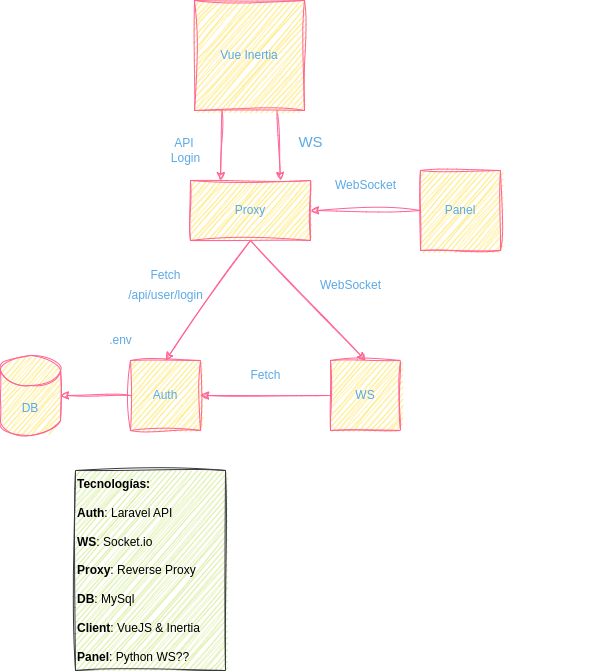
Above: Estructura.png in Mikegdro/SolarPanelApp (draw.io), before the change. Source tidied: cells renumbered, new cells last; positions are measured from the earlier drawing's top-left corner, leaving out a move shared by most shapes.
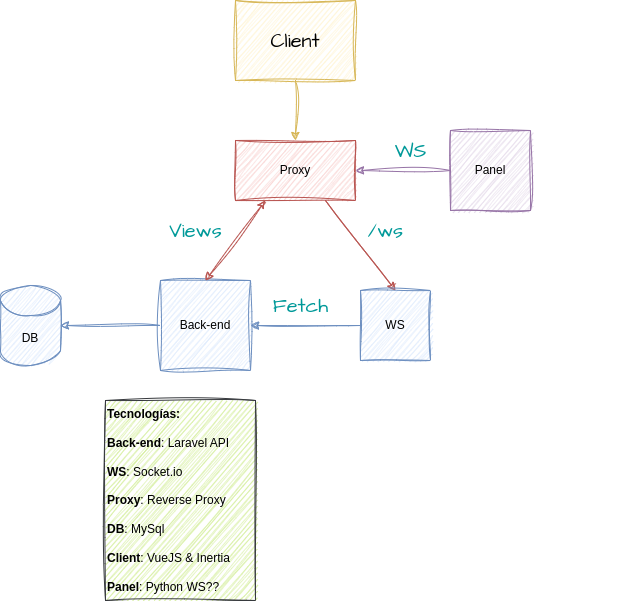
Above is the later version.

Diff of the diagram source:
```diff
@@ -2,78 +2,63 @@
   <root>
     <mxCell id="0" />
     <mxCell id="1" parent="0" />
-    <mxCell id="2" style="rounded=0;jettySize=auto;html=1;exitX=0.25;exitY=1;exitDx=0;exitDy=0;entryX=0.25;entryY=0;entryDx=0;entryDy=0;labelBackgroundColor=none;strokeColor=#FF6392;fontColor=default;sketch=1;curveFitting=1;jiggle=2;" parent="1" edge="1" source="4" target="12">
-      <mxGeometry relative="1" as="geometry" />
-    </mxCell>
-    <mxCell id="3" style="rounded=0;sketch=1;hachureGap=4;jiggle=2;curveFitting=1;jettySize=auto;html=1;exitX=0.75;exitY=1;exitDx=0;exitDy=0;entryX=0.75;entryY=0;entryDx=0;entryDy=0;fontFamily=Architects Daughter;fontSource=https%3A%2F%2Ffonts.googleapis.com%2Fcss%3Ffamily%3DArchitects%2BDaughter;fontSize=16;labelBackgroundColor=none;strokeColor=#FF6392;fontColor=default;" parent="1" edge="1" source="4" target="12">
-      <mxGeometry relative="1" as="geometry" />
-    </mxCell>
-    <mxCell id="4" value="Vue Inertia" style="whiteSpace=wrap;html=1;labelBackgroundColor=none;fillColor=#FFE45E;strokeColor=#FF6392;fontColor=#5AA9E6;sketch=1;curveFitting=1;jiggle=2;" parent="1" vertex="1">
-      <mxGeometry x="194" width="110" height="110" as="geometry" />
-    </mxCell>
-    <mxCell id="5" value="DB" style="shape=cylinder3;whiteSpace=wrap;html=1;boundedLbl=1;backgroundOutline=1;size=15;labelBackgroundColor=none;fillColor=#FFE45E;strokeColor=#FF6392;fontColor=#5AA9E6;sketch=1;curveFitting=1;jiggle=2;" parent="1" vertex="1">
-      <mxGeometry y="355" width="60" height="80" as="geometry" />
+    <mxCell id="5" value="DB" style="shape=cylinder3;whiteSpace=wrap;html=1;boundedLbl=1;backgroundOutline=1;size=15;labelBackgroundColor=none;fillColor=#dae8fc;strokeColor=#6c8ebf;sketch=1;curveFitting=1;jiggle=2;" parent="1" vertex="1">
+      <mxGeometry x="-30" y="355" width="60" height="80" as="geometry" />
     </mxCell>
-    <mxCell id="6" style="edgeStyle=orthogonalEdgeStyle;rounded=0;jettySize=auto;html=1;exitX=0;exitY=0.5;exitDx=0;exitDy=0;entryX=1;entryY=0.5;entryDx=0;entryDy=0;labelBackgroundColor=none;strokeColor=#FF6392;fontColor=default;sketch=1;curveFitting=1;jiggle=2;" parent="1" edge="1" source="7" target="12">
+    <mxCell id="6" style="edgeStyle=orthogonalEdgeStyle;rounded=0;jettySize=auto;html=1;exitX=0;exitY=0.5;exitDx=0;exitDy=0;entryX=1;entryY=0.5;entryDx=0;entryDy=0;labelBackgroundColor=none;strokeColor=#9673a6;fontColor=default;sketch=1;curveFitting=1;jiggle=2;fillColor=#e1d5e7;" parent="1" edge="1" source="7" target="12">
       <mxGeometry relative="1" as="geometry" />
     </mxCell>
-    <mxCell id="7" value="Panel" style="whiteSpace=wrap;html=1;labelBackgroundColor=none;fillColor=#FFE45E;strokeColor=#FF6392;fontColor=#5AA9E6;sketch=1;curveFitting=1;jiggle=2;" parent="1" vertex="1">
-      <mxGeometry x="420" y="170" width="80" height="80" as="geometry" />
+    <mxCell id="7" value="Panel" style="whiteSpace=wrap;html=1;labelBackgroundColor=none;fillColor=#e1d5e7;strokeColor=#9673a6;sketch=1;curveFitting=1;jiggle=2;" parent="1" vertex="1">
+      <mxGeometry x="420" y="200" width="80" height="80" as="geometry" />
     </mxCell>
-    <mxCell id="8" style="edgeStyle=none;rounded=0;jettySize=auto;html=1;exitX=0;exitY=0.5;exitDx=0;exitDy=0;entryX=1;entryY=0.5;entryDx=0;entryDy=0;entryPerimeter=0;labelBackgroundColor=none;strokeColor=#FF6392;fontColor=default;sketch=1;curveFitting=1;jiggle=2;" parent="1" edge="1" source="9" target="5">
+    <mxCell id="8" style="edgeStyle=none;rounded=0;jettySize=auto;html=1;exitX=0;exitY=0.5;exitDx=0;exitDy=0;entryX=1;entryY=0.5;entryDx=0;entryDy=0;entryPerimeter=0;labelBackgroundColor=none;strokeColor=#6c8ebf;fontColor=default;sketch=1;curveFitting=1;jiggle=2;fillColor=#dae8fc;" parent="1" edge="1" source="9" target="5">
       <mxGeometry relative="1" as="geometry" />
     </mxCell>
-    <mxCell id="9" value="Auth" style="whiteSpace=wrap;html=1;labelBackgroundColor=none;fillColor=#FFE45E;strokeColor=#FF6392;fontColor=#5AA9E6;sketch=1;curveFitting=1;jiggle=2;" parent="1" vertex="1">
-      <mxGeometry x="130" y="360" width="70" height="70" as="geometry" />
+    <mxCell id="9" value="Back-end" style="whiteSpace=wrap;html=1;labelBackgroundColor=none;fillColor=#dae8fc;strokeColor=#6c8ebf;sketch=1;curveFitting=1;jiggle=2;" parent="1" vertex="1">
+      <mxGeometry x="130" y="350" width="90" height="90" as="geometry" />
     </mxCell>
+    <mxCell id="11" style="edgeStyle=none;rounded=0;jettySize=auto;html=1;exitX=0.75;exitY=1;exitDx=0;exitDy=0;entryX=0.5;entryY=0;entryDx=0;entryDy=0;labelBackgroundColor=none;strokeColor=#b85450;fontColor=default;sketch=1;curveFitting=1;jiggle=2;fillColor=#f8cecc;" parent="1" edge="1" source="12">
+      <mxGeometry relative="1" as="geometry">
+        <mxPoint x="365" y="360" as="targetPoint" />
+      </mxGeometry>
+    </mxCell>
-    <mxCell id="10" style="rounded=0;jettySize=auto;html=1;exitX=0.5;exitY=1;exitDx=0;exitDy=0;entryX=0.5;entryY=0;entryDx=0;entryDy=0;startArrow=none;labelBackgroundColor=none;strokeColor=#FF6392;fontColor=default;sketch=1;curveFitting=1;jiggle=2;" parent="1" edge="1" source="12" target="9">
+    <mxCell id="10" style="rounded=0;sketch=1;hachureGap=4;jiggle=2;curveFitting=1;jettySize=auto;html=1;exitX=0.25;exitY=1;exitDx=0;exitDy=0;entryX=0.5;entryY=0;entryDx=0;entryDy=0;fontFamily=Architects Daughter;fontSource=https%3A%2F%2Ffonts.googleapis.com%2Fcss%3Ffamily%3DArchitects%2BDaughter;fontSize=16;fontColor=#2BF1FF;fillColor=#f8cecc;strokeColor=#b85450;endArrow=classic;endFill=1;startArrow=classic;startFill=1;" parent="1" edge="1" source="12" target="9">
       <mxGeometry relative="1" as="geometry" />
     </mxCell>
-    <mxCell id="11" style="edgeStyle=none;rounded=0;jettySize=auto;html=1;exitX=0.5;exitY=1;exitDx=0;exitDy=0;entryX=0.5;entryY=0;entryDx=0;entryDy=0;labelBackgroundColor=none;strokeColor=#FF6392;fontColor=default;sketch=1;curveFitting=1;jiggle=2;" parent="1" edge="1" source="12">
-      <mxGeometry relative="1" as="geometry">
-        <mxPoint x="365" y="360" as="targetPoint" />
-      </mxGeometry>
-    </mxCell>
-    <mxCell id="12" value="Proxy" style="rounded=0;whiteSpace=wrap;html=1;labelBackgroundColor=none;fillColor=#FFE45E;strokeColor=#FF6392;fontColor=#5AA9E6;sketch=1;curveFitting=1;jiggle=2;" parent="1" vertex="1">
-      <mxGeometry x="190" y="180" width="120" height="60" as="geometry" />
+    <mxCell id="12" value="Proxy" style="rounded=0;whiteSpace=wrap;html=1;labelBackgroundColor=none;fillColor=#f8cecc;strokeColor=#b85450;sketch=1;curveFitting=1;jiggle=2;" parent="1" vertex="1">
+      <mxGeometry x="205" y="210" width="120" height="60" as="geometry" />
     </mxCell>
-    <mxCell id="13" style="edgeStyle=orthogonalEdgeStyle;rounded=0;jettySize=auto;html=1;exitX=0;exitY=0.5;exitDx=0;exitDy=0;entryX=1;entryY=0.5;entryDx=0;entryDy=0;labelBackgroundColor=none;strokeColor=#FF6392;fontColor=default;sketch=1;curveFitting=1;jiggle=2;" parent="1" edge="1" target="9">
+    <mxCell id="13" style="edgeStyle=orthogonalEdgeStyle;rounded=0;jettySize=auto;html=1;exitX=0;exitY=0.5;exitDx=0;exitDy=0;entryX=1;entryY=0.5;entryDx=0;entryDy=0;labelBackgroundColor=none;strokeColor=#6c8ebf;fontColor=default;sketch=1;curveFitting=1;jiggle=2;fillColor=#dae8fc;" parent="1" edge="1" target="9">
       <mxGeometry relative="1" as="geometry">
         <mxPoint x="330" y="395" as="sourcePoint" />
       </mxGeometry>
     </mxCell>
-    <mxCell id="14" value=".env" style="text;html=1;align=center;verticalAlign=middle;strokeColor=none;fillColor=none;labelBackgroundColor=none;fontColor=#5AA9E6;sketch=1;curveFitting=1;jiggle=2;" parent="1" vertex="1">
-      <mxGeometry x="95" y="325" width="50" height="30" as="geometry" />
-    </mxCell>
     <mxCell id="15" style="text;html=1;align=center;verticalAlign=middle;labelBackgroundColor=none;fontColor=#5AA9E6;sketch=1;curveFitting=1;jiggle=2;" parent="1" vertex="1">
       <mxGeometry x="553" y="538" width="50" height="30" as="geometry" />
     </mxCell>
-    <mxCell id="16" value="&lt;b&gt;Tecnologías:&lt;br&gt;&lt;br&gt;Auth&lt;/b&gt;: Laravel API&lt;br&gt;&lt;br&gt;&lt;b&gt;WS&lt;/b&gt;: Socket.io&lt;br&gt;&lt;br&gt;&lt;b&gt;Proxy&lt;/b&gt;: Reverse Proxy&lt;br&gt;&lt;br&gt;&lt;b&gt;DB&lt;/b&gt;: MySql&lt;br&gt;&lt;br&gt;&lt;b&gt;Client&lt;/b&gt;: VueJS &amp;amp; Inertia&lt;br&gt;&lt;br&gt;&lt;b&gt;Panel&lt;/b&gt;: Python WS??" style="text;html=1;align=left;verticalAlign=middle;labelBackgroundColor=none;sketch=1;curveFitting=1;jiggle=2;fillColor=#cdeb8b;strokeColor=#36393d;" parent="1" vertex="1">
+    <mxCell id="16" value="&lt;b&gt;Tecnologías:&lt;br&gt;&lt;br&gt;Back-end&lt;/b&gt;: Laravel API&lt;br&gt;&lt;br&gt;&lt;b&gt;WS&lt;/b&gt;: Socket.io&lt;br&gt;&lt;br&gt;&lt;b&gt;Proxy&lt;/b&gt;: Reverse Proxy&lt;br&gt;&lt;br&gt;&lt;b&gt;DB&lt;/b&gt;: MySql&lt;br&gt;&lt;br&gt;&lt;b&gt;Client&lt;/b&gt;: VueJS &amp;amp; Inertia&lt;br&gt;&lt;br&gt;&lt;b&gt;Panel&lt;/b&gt;: Python WS??" style="text;html=1;align=left;verticalAlign=middle;labelBackgroundColor=none;sketch=1;curveFitting=1;jiggle=2;fillColor=#cdeb8b;strokeColor=#36393d;" parent="1" vertex="1">
       <mxGeometry x="75" y="470" width="150" height="200" as="geometry" />
     </mxCell>
-    <mxCell id="17" value="WS" style="whiteSpace=wrap;html=1;labelBackgroundColor=none;fillColor=#FFE45E;strokeColor=#FF6392;fontColor=#5AA9E6;sketch=1;curveFitting=1;jiggle=2;" parent="1" vertex="1">
+    <mxCell id="17" value="WS" style="whiteSpace=wrap;html=1;labelBackgroundColor=none;fillColor=#dae8fc;strokeColor=#6c8ebf;sketch=1;curveFitting=1;jiggle=2;" parent="1" vertex="1">
       <mxGeometry x="330" y="360" width="70" height="70" as="geometry" />
     </mxCell>
-    <mxCell id="18" value="WebSocket" style="text;html=1;align=center;verticalAlign=middle;strokeColor=none;fillColor=none;labelBackgroundColor=none;fontColor=#5AA9E6;sketch=1;curveFitting=1;jiggle=2;" parent="1" vertex="1">
-      <mxGeometry x="310" y="270" width="80" height="30" as="geometry" />
-    </mxCell>
-    <mxCell id="19" value="Fetch" style="text;html=1;align=center;verticalAlign=middle;strokeColor=none;fillColor=none;labelBackgroundColor=none;fontColor=#5AA9E6;sketch=1;curveFitting=1;jiggle=2;" parent="1" vertex="1">
-      <mxGeometry x="240" y="360" width="50" height="30" as="geometry" />
-    </mxCell>
-    <mxCell id="20" value="Fetch" style="text;html=1;align=center;verticalAlign=middle;strokeColor=none;fillColor=none;labelBackgroundColor=none;fontColor=#5AA9E6;sketch=1;curveFitting=1;jiggle=2;" parent="1" vertex="1">
-      <mxGeometry x="140" y="260" width="50" height="30" as="geometry" />
-    </mxCell>
-    <mxCell id="21" value="/api/user/login" style="text;html=1;align=center;verticalAlign=middle;strokeColor=none;fillColor=none;labelBackgroundColor=none;fontColor=#5AA9E6;sketch=1;curveFitting=1;jiggle=2;" parent="1" vertex="1">
-      <mxGeometry x="115" y="280" width="100" height="30" as="geometry" />
-    </mxCell>
-    <mxCell id="22" value="WebSocket" style="text;html=1;align=center;verticalAlign=middle;strokeColor=none;fillColor=none;labelBackgroundColor=none;fontColor=#5AA9E6;sketch=1;curveFitting=1;jiggle=2;" parent="1" vertex="1">
-      <mxGeometry x="325" y="170" width="80" height="30" as="geometry" />
-    </mxCell>
-    <mxCell id="23" value="API&amp;nbsp;&lt;br&gt;Login" style="text;html=1;align=center;verticalAlign=middle;strokeColor=none;fillColor=none;labelBackgroundColor=none;fontColor=#5AA9E6;sketch=1;curveFitting=1;jiggle=2;" parent="1" vertex="1">
-      <mxGeometry x="160" y="130" width="50" height="40" as="geometry" />
-    </mxCell>
+    <mxCell id="25" style="edgeStyle=none;rounded=0;sketch=1;hachureGap=4;jiggle=2;curveFitting=1;jettySize=auto;html=1;exitX=0.5;exitY=1;exitDx=0;exitDy=0;entryX=0.5;entryY=0;entryDx=0;entryDy=0;fontFamily=Architects Daughter;fontSource=https%3A%2F%2Ffonts.googleapis.com%2Fcss%3Ffamily%3DArchitects%2BDaughter;fontSize=16;fontColor=#2BF1FF;fillColor=#fff2cc;strokeColor=#d6b656;" parent="1" edge="1" source="26" target="12">
+      <mxGeometry relative="1" as="geometry" />
+    </mxCell>
+    <mxCell id="26" value="Client" style="rounded=0;whiteSpace=wrap;html=1;sketch=1;hachureGap=4;jiggle=2;curveFitting=1;fontFamily=Architects Daughter;fontSource=https%3A%2F%2Ffonts.googleapis.com%2Fcss%3Ffamily%3DArchitects%2BDaughter;fontSize=20;fillColor=#fff2cc;strokeColor=#d6b656;" parent="1" vertex="1">
+      <mxGeometry x="205" y="70" width="120" height="80" as="geometry" />
+    </mxCell>
-    <mxCell id="24" value="&lt;font style=&quot;font-size: 15px;&quot; face=&quot;Helvetica&quot;&gt;WS&lt;/font&gt;" style="text;html=1;align=center;verticalAlign=middle;strokeColor=none;fillColor=none;fontSize=20;fontFamily=Architects Daughter;fontColor=#5AA9E6;labelBackgroundColor=none;" parent="1" vertex="1">
-      <mxGeometry x="285" y="120" width="50" height="40" as="geometry" />
+    <mxCell id="24" value="&lt;font color=&quot;#009999&quot;&gt;WS&lt;/font&gt;" style="text;html=1;align=center;verticalAlign=middle;strokeColor=none;fillColor=none;fontSize=20;fontFamily=Architects Daughter;fontColor=#2BF1FF;" parent="1" vertex="1">
+      <mxGeometry x="350" y="200" width="60" height="40" as="geometry" />
     </mxCell>
+    <mxCell id="27" value="/ws" style="text;html=1;align=center;verticalAlign=middle;strokeColor=none;fillColor=none;fontSize=20;fontFamily=Architects Daughter;fontColor=#009999;" parent="1" vertex="1">
+      <mxGeometry x="325" y="280" width="60" height="40" as="geometry" />
+    </mxCell>
+    <mxCell id="28" value="Fetch" style="text;html=1;align=center;verticalAlign=middle;strokeColor=none;fillColor=none;fontSize=20;fontFamily=Architects Daughter;fontColor=#009999;" parent="1" vertex="1">
+      <mxGeometry x="230" y="355" width="80" height="40" as="geometry" />
+    </mxCell>
+    <mxCell id="29" value="Views" style="text;html=1;align=center;verticalAlign=middle;strokeColor=none;fillColor=none;fontSize=20;fontFamily=Architects Daughter;fontColor=#009999;" parent="1" vertex="1">
+      <mxGeometry x="125" y="280" width="80" height="40" as="geometry" />
+    </mxCell>
   </root>
 </mxGraphModel>
```
